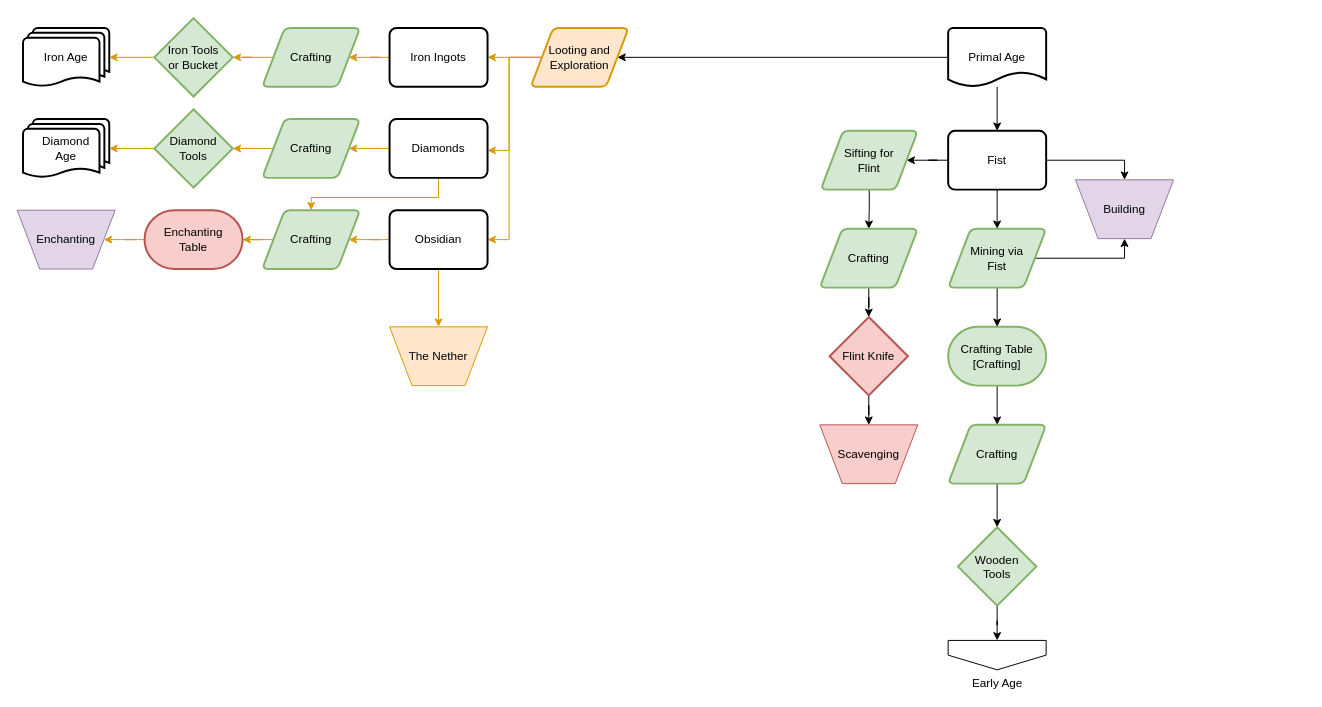
Before: page "Primal Age" (3 of 7) of flowcharts/progression.drawio in MeepishRealms/Cog, a draw.io diagram. Source tidied: cells renumbered, new cells numbered last; positions are measured from the earlier drawing's top-left corner, leaving out a move shared by most shapes. Both pictures are drawn from the tidied source at 98%, with x=0, y=0 at pixel (17, 18).
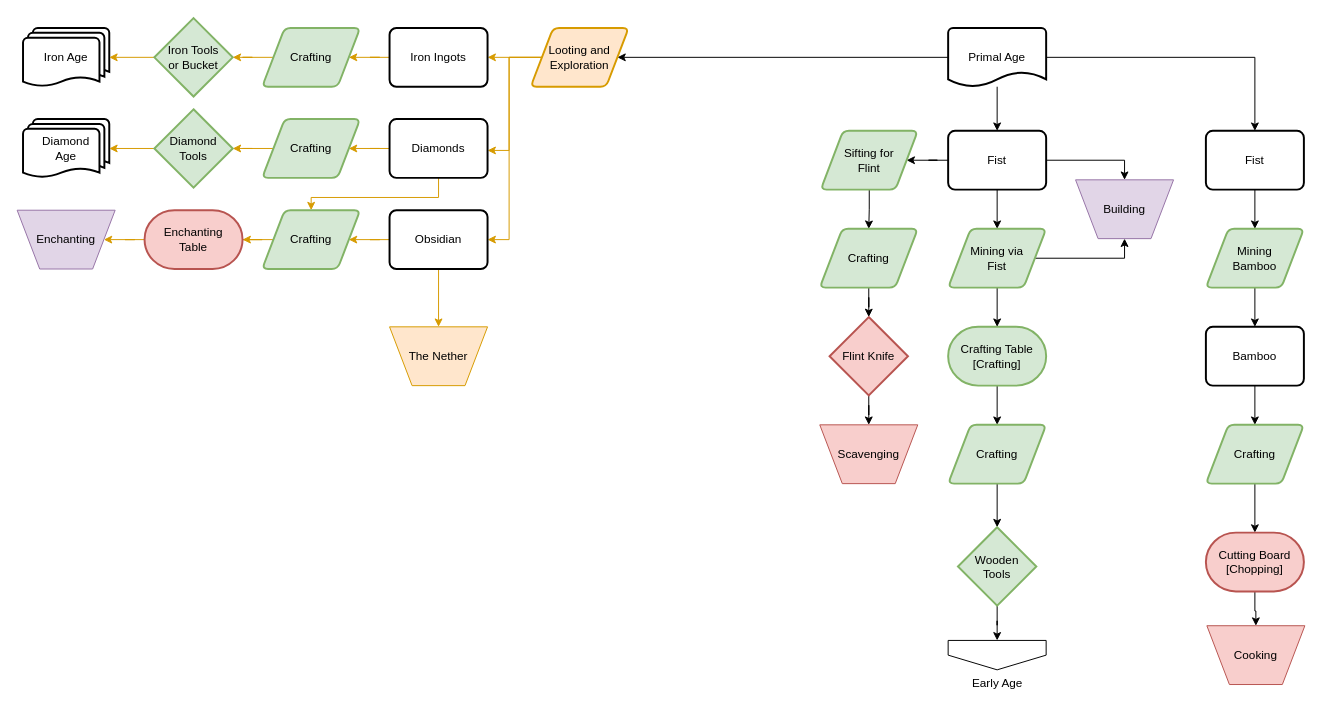
The same diagram, later.

The change refers to these unchanged cells:
```xml
<mxCell id="8" value="Primal Age" style="strokeWidth=2;html=1;shape=mxgraph.flowchart.document2;whiteSpace=wrap;size=0.25;" parent="1" vertex="1">
  <mxGeometry x="950" y="10" width="100" height="60" as="geometry" />
</mxCell>
```

Change to the diagram source:
```diff
@@
+    <mxCell id="56" style="edgeStyle=orthogonalEdgeStyle;rounded=0;jettySize=auto;html=1;exitX=1;exitY=0.5;exitDx=0;exitDy=0;exitPerimeter=0;" parent="1" edge="1" source="8" target="62">
+      <mxGeometry relative="1" as="geometry" />
+    </mxCell>
@@
+    <mxCell id="57" style="edgeStyle=orthogonalEdgeStyle;rounded=0;jettySize=auto;html=1;exitX=0.5;exitY=1;exitDx=0;exitDy=0;" parent="1" edge="1" source="58" target="60">
+      <mxGeometry relative="1" as="geometry" />
+    </mxCell>
+    <mxCell id="58" value="Bamboo" style="rounded=1;whiteSpace=wrap;html=1;absoluteArcSize=1;arcSize=14;strokeWidth=2;" parent="1" vertex="1">
+      <mxGeometry x="1213" y="315" width="100" height="60" as="geometry" />
+    </mxCell>
+    <mxCell id="59" style="edgeStyle=orthogonalEdgeStyle;rounded=0;jettySize=auto;html=1;exitX=0.5;exitY=1;exitDx=0;exitDy=0;" parent="1" edge="1" source="60" target="66">
+      <mxGeometry relative="1" as="geometry" />
+    </mxCell>
+    <mxCell id="60" value="Crafting" style="shape=parallelogram;html=1;strokeWidth=2;perimeter=parallelogramPerimeter;whiteSpace=wrap;rounded=1;arcSize=12;size=0.23;fillColor=#d5e8d4;strokeColor=#82b366;" parent="1" vertex="1">
+      <mxGeometry x="1213" y="415" width="100" height="60" as="geometry" />
+    </mxCell>
+    <mxCell id="61" style="edgeStyle=orthogonalEdgeStyle;rounded=0;jettySize=auto;html=1;exitX=0.5;exitY=1;exitDx=0;exitDy=0;" parent="1" edge="1" source="62" target="64">
+      <mxGeometry relative="1" as="geometry" />
+    </mxCell>
+    <mxCell id="62" value="Fist" style="rounded=1;whiteSpace=wrap;html=1;absoluteArcSize=1;arcSize=14;strokeWidth=2;" parent="1" vertex="1">
+      <mxGeometry x="1213" y="115" width="100" height="60" as="geometry" />
+    </mxCell>
+    <mxCell id="63" style="edgeStyle=orthogonalEdgeStyle;rounded=0;jettySize=auto;html=1;exitX=0.5;exitY=1;exitDx=0;exitDy=0;" parent="1" edge="1" source="64" target="58">
+      <mxGeometry relative="1" as="geometry" />
+    </mxCell>
+    <mxCell id="64" value="Mining&lt;br&gt;Bamboo" style="shape=parallelogram;html=1;strokeWidth=2;perimeter=parallelogramPerimeter;whiteSpace=wrap;rounded=1;arcSize=12;size=0.23;fillColor=#d5e8d4;strokeColor=#82b366;" parent="1" vertex="1">
+      <mxGeometry x="1213" y="215" width="100" height="60" as="geometry" />
+    </mxCell>
+    <mxCell id="65" style="edgeStyle=orthogonalEdgeStyle;rounded=0;jettySize=auto;html=1;exitX=0.5;exitY=1;exitDx=0;exitDy=0;exitPerimeter=0;" parent="1" edge="1" source="66" target="67">
+      <mxGeometry relative="1" as="geometry" />
+    </mxCell>
+    <mxCell id="66" value="Cutting Board&lt;br&gt;[Chopping]" style="strokeWidth=2;html=1;shape=mxgraph.flowchart.terminator;whiteSpace=wrap;fillColor=#f8cecc;strokeColor=#b85450;" parent="1" vertex="1">
+      <mxGeometry x="1213" y="525" width="100" height="60" as="geometry" />
+    </mxCell>
+    <mxCell id="67" value="Cooking" style="verticalLabelPosition=middle;verticalAlign=middle;html=1;shape=trapezoid;perimeter=trapezoidPerimeter;whiteSpace=wrap;size=0.23;arcSize=10;flipV=1;labelPosition=center;align=center;fillColor=#f8cecc;strokeColor=#b85450;" parent="1" vertex="1">
+      <mxGeometry x="1214" y="620" width="100" height="60" as="geometry" />
+    </mxCell>
```
